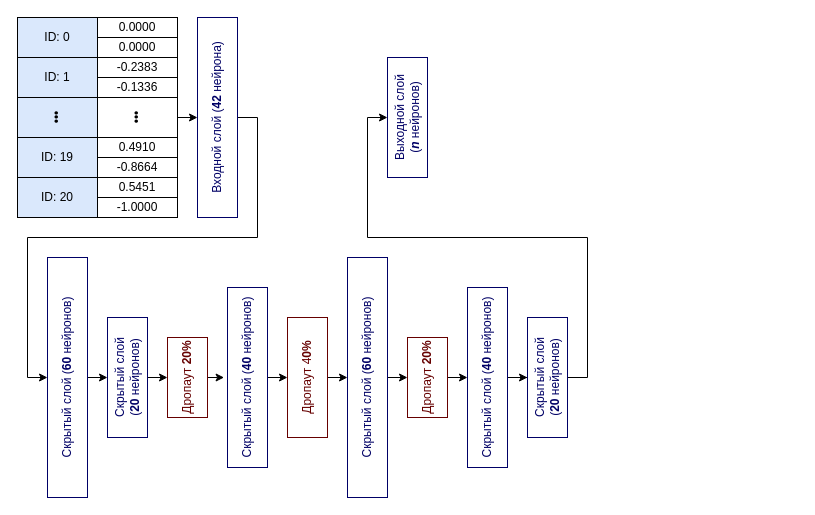
Above: page "Page-1" (1 of 2) of docs/pics/drawio_schemes/nn-scheme.drawio in in7erval/Gesturix (draw.io), before the change. Source tidied: cells renumbered, new cells numbered last; positions are measured from the earlier drawing's top-left corner, leaving out a move shared by most shapes. Both pictures are drawn from the tidied source at 100%, with x=0, y=0 at pixel (17, 17).
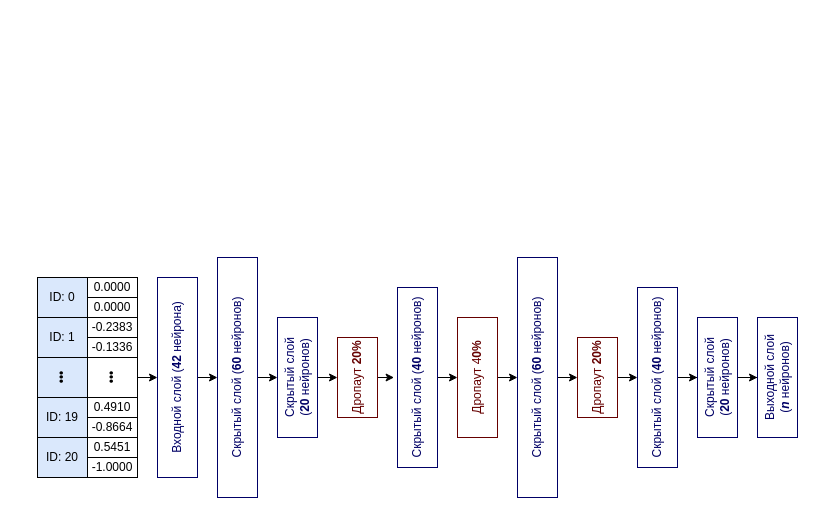
The same page after the edit.

What changed in the source:
```diff
@@
     <mxCell id="2" value="ID: 0" style="rounded=0;whiteSpace=wrap;html=1;fillColor=#dae8fc;strokeColor=#000000;" parent="1" vertex="1">
-      <mxGeometry width="80" height="40" as="geometry" />
+      <mxGeometry x="20" y="260" width="50" height="40" as="geometry" />
     </mxCell>
     <mxCell id="3" value="0.0000" style="rounded=0;whiteSpace=wrap;html=1;" parent="1" vertex="1">
-      <mxGeometry x="80" width="80" height="20" as="geometry" />
+      <mxGeometry x="70" y="260" width="50" height="20" as="geometry" />
     </mxCell>
     <mxCell id="4" value="0.0000" style="rounded=0;whiteSpace=wrap;html=1;" parent="1" vertex="1">
-      <mxGeometry x="80" y="20" width="80" height="20" as="geometry" />
+      <mxGeometry x="70" y="280" width="50" height="20" as="geometry" />
     </mxCell>
     <mxCell id="5" value="ID: 1" style="rounded=0;whiteSpace=wrap;html=1;fillColor=#dae8fc;strokeColor=#000000;" parent="1" vertex="1">
-      <mxGeometry y="40" width="80" height="40" as="geometry" />
+      <mxGeometry x="20" y="300" width="50" height="40" as="geometry" />
     </mxCell>
     <mxCell id="6" value="-0.2383" style="rounded=0;whiteSpace=wrap;html=1;" parent="1" vertex="1">
-      <mxGeometry x="80" y="40" width="80" height="20" as="geometry" />
+      <mxGeometry x="70" y="300" width="50" height="20" as="geometry" />
     </mxCell>
     <mxCell id="7" value="-0.1336" style="rounded=0;whiteSpace=wrap;html=1;" parent="1" vertex="1">
-      <mxGeometry x="80" y="60" width="80" height="20" as="geometry" />
+      <mxGeometry x="70" y="320" width="50" height="20" as="geometry" />
     </mxCell>
     <mxCell id="8" value="•••" style="rounded=0;whiteSpace=wrap;html=1;fillColor=#dae8fc;strokeColor=#000000;horizontal=0;" parent="1" vertex="1">
-      <mxGeometry y="80" width="80" height="40" as="geometry" />
+      <mxGeometry x="20" y="340" width="50" height="40" as="geometry" />
     </mxCell>
@@
     <mxCell id="10" value="•••" style="rounded=0;whiteSpace=wrap;html=1;horizontal=0;" parent="1" vertex="1">
-      <mxGeometry x="80" y="80" width="80" height="40" as="geometry" />
+      <mxGeometry x="70" y="340" width="50" height="40" as="geometry" />
     </mxCell>
     <mxCell id="11" value="ID: 19" style="rounded=0;whiteSpace=wrap;html=1;fillColor=#dae8fc;strokeColor=#000000;" parent="1" vertex="1">
-      <mxGeometry y="120" width="80" height="40" as="geometry" />
+      <mxGeometry x="20" y="380" width="50" height="40" as="geometry" />
     </mxCell>
     <mxCell id="12" value="0.4910" style="rounded=0;whiteSpace=wrap;html=1;" parent="1" vertex="1">
-      <mxGeometry x="80" y="120" width="80" height="20" as="geometry" />
+      <mxGeometry x="70" y="380" width="50" height="20" as="geometry" />
     </mxCell>
     <mxCell id="13" value="-0.8664" style="rounded=0;whiteSpace=wrap;html=1;" parent="1" vertex="1">
-      <mxGeometry x="80" y="140" width="80" height="20" as="geometry" />
+      <mxGeometry x="70" y="400" width="50" height="20" as="geometry" />
     </mxCell>
     <mxCell id="14" value="ID: 20" style="rounded=0;whiteSpace=wrap;html=1;fillColor=#dae8fc;strokeColor=#000000;" parent="1" vertex="1">
-      <mxGeometry y="160" width="80" height="40" as="geometry" />
+      <mxGeometry x="20" y="420" width="50" height="40" as="geometry" />
     </mxCell>
     <mxCell id="15" value="0.5451" style="rounded=0;whiteSpace=wrap;html=1;" parent="1" vertex="1">
-      <mxGeometry x="80" y="160" width="80" height="20" as="geometry" />
+      <mxGeometry x="70" y="420" width="50" height="20" as="geometry" />
     </mxCell>
     <mxCell id="16" value="-1.0000" style="rounded=0;whiteSpace=wrap;html=1;" parent="1" vertex="1">
-      <mxGeometry x="80" y="180" width="80" height="20" as="geometry" />
+      <mxGeometry x="70" y="440" width="50" height="20" as="geometry" />
     </mxCell>
@@
     <mxCell id="18" value="Входной слой (&lt;b&gt;42&lt;/b&gt; нейрона)" style="rounded=0;whiteSpace=wrap;html=1;strokeColor=#000066;horizontal=0;fontColor=#000066;" parent="1" vertex="1">
-      <mxGeometry x="180" width="40" height="200" as="geometry" />
+      <mxGeometry x="140" y="260" width="40" height="200" as="geometry" />
     </mxCell>
@@
     <mxCell id="20" value="Скрытый слой (&lt;b&gt;60&lt;/b&gt;&amp;nbsp;нейронов)" style="rounded=0;whiteSpace=wrap;html=1;strokeColor=#000066;horizontal=0;fontColor=#000066;" parent="1" vertex="1">
-      <mxGeometry x="30" y="240" width="40" height="240" as="geometry" />
+      <mxGeometry x="200" y="240" width="40" height="240" as="geometry" />
     </mxCell>
@@
     <mxCell id="22" value="Скрытый слой (&lt;b&gt;20&lt;/b&gt;&amp;nbsp;нейронов)" style="rounded=0;whiteSpace=wrap;html=1;strokeColor=#000066;horizontal=0;fontColor=#000066;" parent="1" vertex="1">
-      <mxGeometry x="90" y="300" width="40" height="120" as="geometry" />
+      <mxGeometry x="260" y="300" width="40" height="120" as="geometry" />
     </mxCell>
@@
     <mxCell id="24" value="Дропаут &lt;b&gt;20%&lt;/b&gt;" style="rounded=0;whiteSpace=wrap;html=1;strokeColor=#660000;horizontal=0;fontColor=#660000;" parent="1" vertex="1">
-      <mxGeometry x="150" y="320" width="40" height="80" as="geometry" />
+      <mxGeometry x="320" y="320" width="40" height="80" as="geometry" />
     </mxCell>
@@
     <mxCell id="26" value="Скрытый слой (&lt;b&gt;40&lt;/b&gt;&amp;nbsp;нейронов)" style="rounded=0;whiteSpace=wrap;html=1;strokeColor=#000066;horizontal=0;fontColor=#000066;" parent="1" vertex="1">
-      <mxGeometry x="210" y="270" width="40" height="180" as="geometry" />
+      <mxGeometry x="380" y="270" width="40" height="180" as="geometry" />
     </mxCell>
@@
     <mxCell id="28" value="Дропаут 4&lt;b&gt;0%&lt;/b&gt;" style="rounded=0;whiteSpace=wrap;html=1;strokeColor=#660000;horizontal=0;fontColor=#660000;" parent="1" vertex="1">
-      <mxGeometry x="270" y="300" width="40" height="120" as="geometry" />
+      <mxGeometry x="440" y="300" width="40" height="120" as="geometry" />
     </mxCell>
@@
     <mxCell id="30" value="Скрытый слой (&lt;b&gt;60&lt;/b&gt;&amp;nbsp;нейронов)" style="rounded=0;whiteSpace=wrap;html=1;strokeColor=#000066;horizontal=0;fontColor=#000066;" parent="1" vertex="1">
-      <mxGeometry x="330" y="240" width="40" height="240" as="geometry" />
+      <mxGeometry x="500" y="240" width="40" height="240" as="geometry" />
     </mxCell>
@@
     <mxCell id="32" value="Дропаут &lt;b&gt;20%&lt;/b&gt;" style="rounded=0;whiteSpace=wrap;html=1;strokeColor=#660000;horizontal=0;fontColor=#660000;" parent="1" vertex="1">
-      <mxGeometry x="390" y="320" width="40" height="80" as="geometry" />
+      <mxGeometry x="560" y="320" width="40" height="80" as="geometry" />
     </mxCell>
@@
     <mxCell id="34" value="Скрытый слой (&lt;b&gt;40&lt;/b&gt;&amp;nbsp;нейронов)" style="rounded=0;whiteSpace=wrap;html=1;strokeColor=#000066;horizontal=0;fontColor=#000066;" parent="1" vertex="1">
-      <mxGeometry x="450" y="270" width="40" height="180" as="geometry" />
+      <mxGeometry x="620" y="270" width="40" height="180" as="geometry" />
     </mxCell>
-    <mxCell id="35" style="edgeStyle=orthogonalEdgeStyle;rounded=0;jettySize=auto;html=1;exitX=1;exitY=0.5;exitDx=0;exitDy=0;entryX=0;entryY=0.5;entryDx=0;entryDy=0;fontColor=#660000;" parent="1" edge="1" source="36" target="37">
-      <mxGeometry relative="1" as="geometry">
-        <Array as="points">
-          <mxPoint x="570" y="360" />
-          <mxPoint x="570" y="220" />
-          <mxPoint x="350" y="220" />
-          <mxPoint x="350" y="100" />
-        </Array>
-      </mxGeometry>
+    <mxCell id="35" style="edgeStyle=orthogonalEdgeStyle;rounded=0;jettySize=auto;html=1;" parent="1" edge="1" source="36" target="37">
+      <mxGeometry relative="1" as="geometry" />
     </mxCell>
     <mxCell id="36" value="Скрытый слой (&lt;b&gt;20&lt;/b&gt;&amp;nbsp;нейронов)" style="rounded=0;whiteSpace=wrap;html=1;strokeColor=#000066;horizontal=0;fontColor=#000066;" parent="1" vertex="1">
-      <mxGeometry x="510" y="300" width="40" height="120" as="geometry" />
+      <mxGeometry x="680" y="300" width="40" height="120" as="geometry" />
     </mxCell>
     <mxCell id="37" value="Выходной слой (&lt;i&gt;&lt;b&gt;n&lt;/b&gt;&amp;nbsp;&lt;/i&gt;нейронов)" style="rounded=0;whiteSpace=wrap;html=1;strokeColor=#000066;horizontal=0;fontColor=#000066;" parent="1" vertex="1">
-      <mxGeometry x="370" y="40" width="40" height="120" as="geometry" />
+      <mxGeometry x="740" y="300" width="40" height="120" as="geometry" />
     </mxCell>
```
